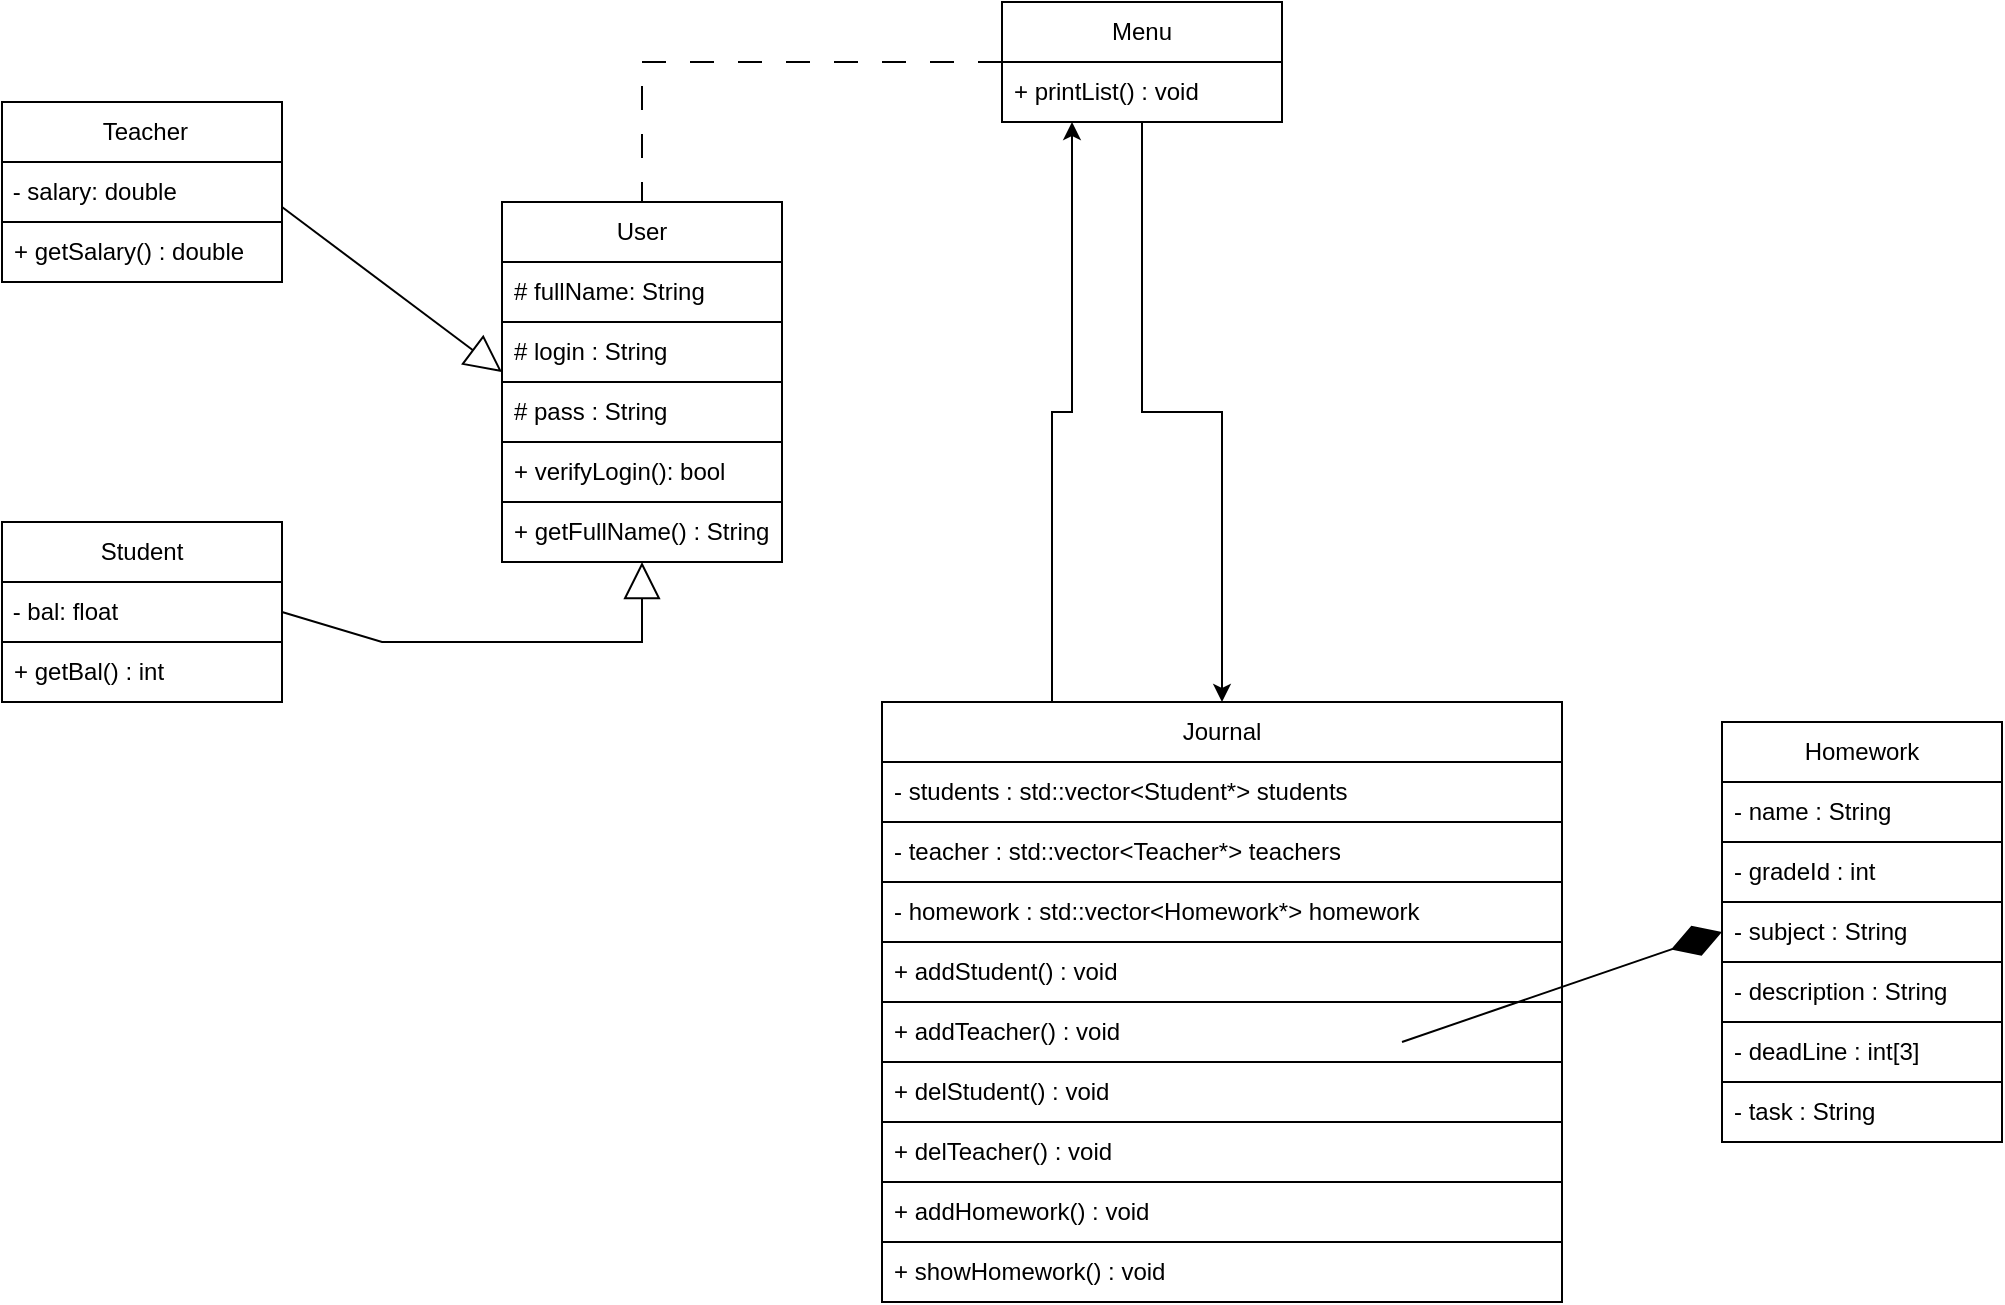
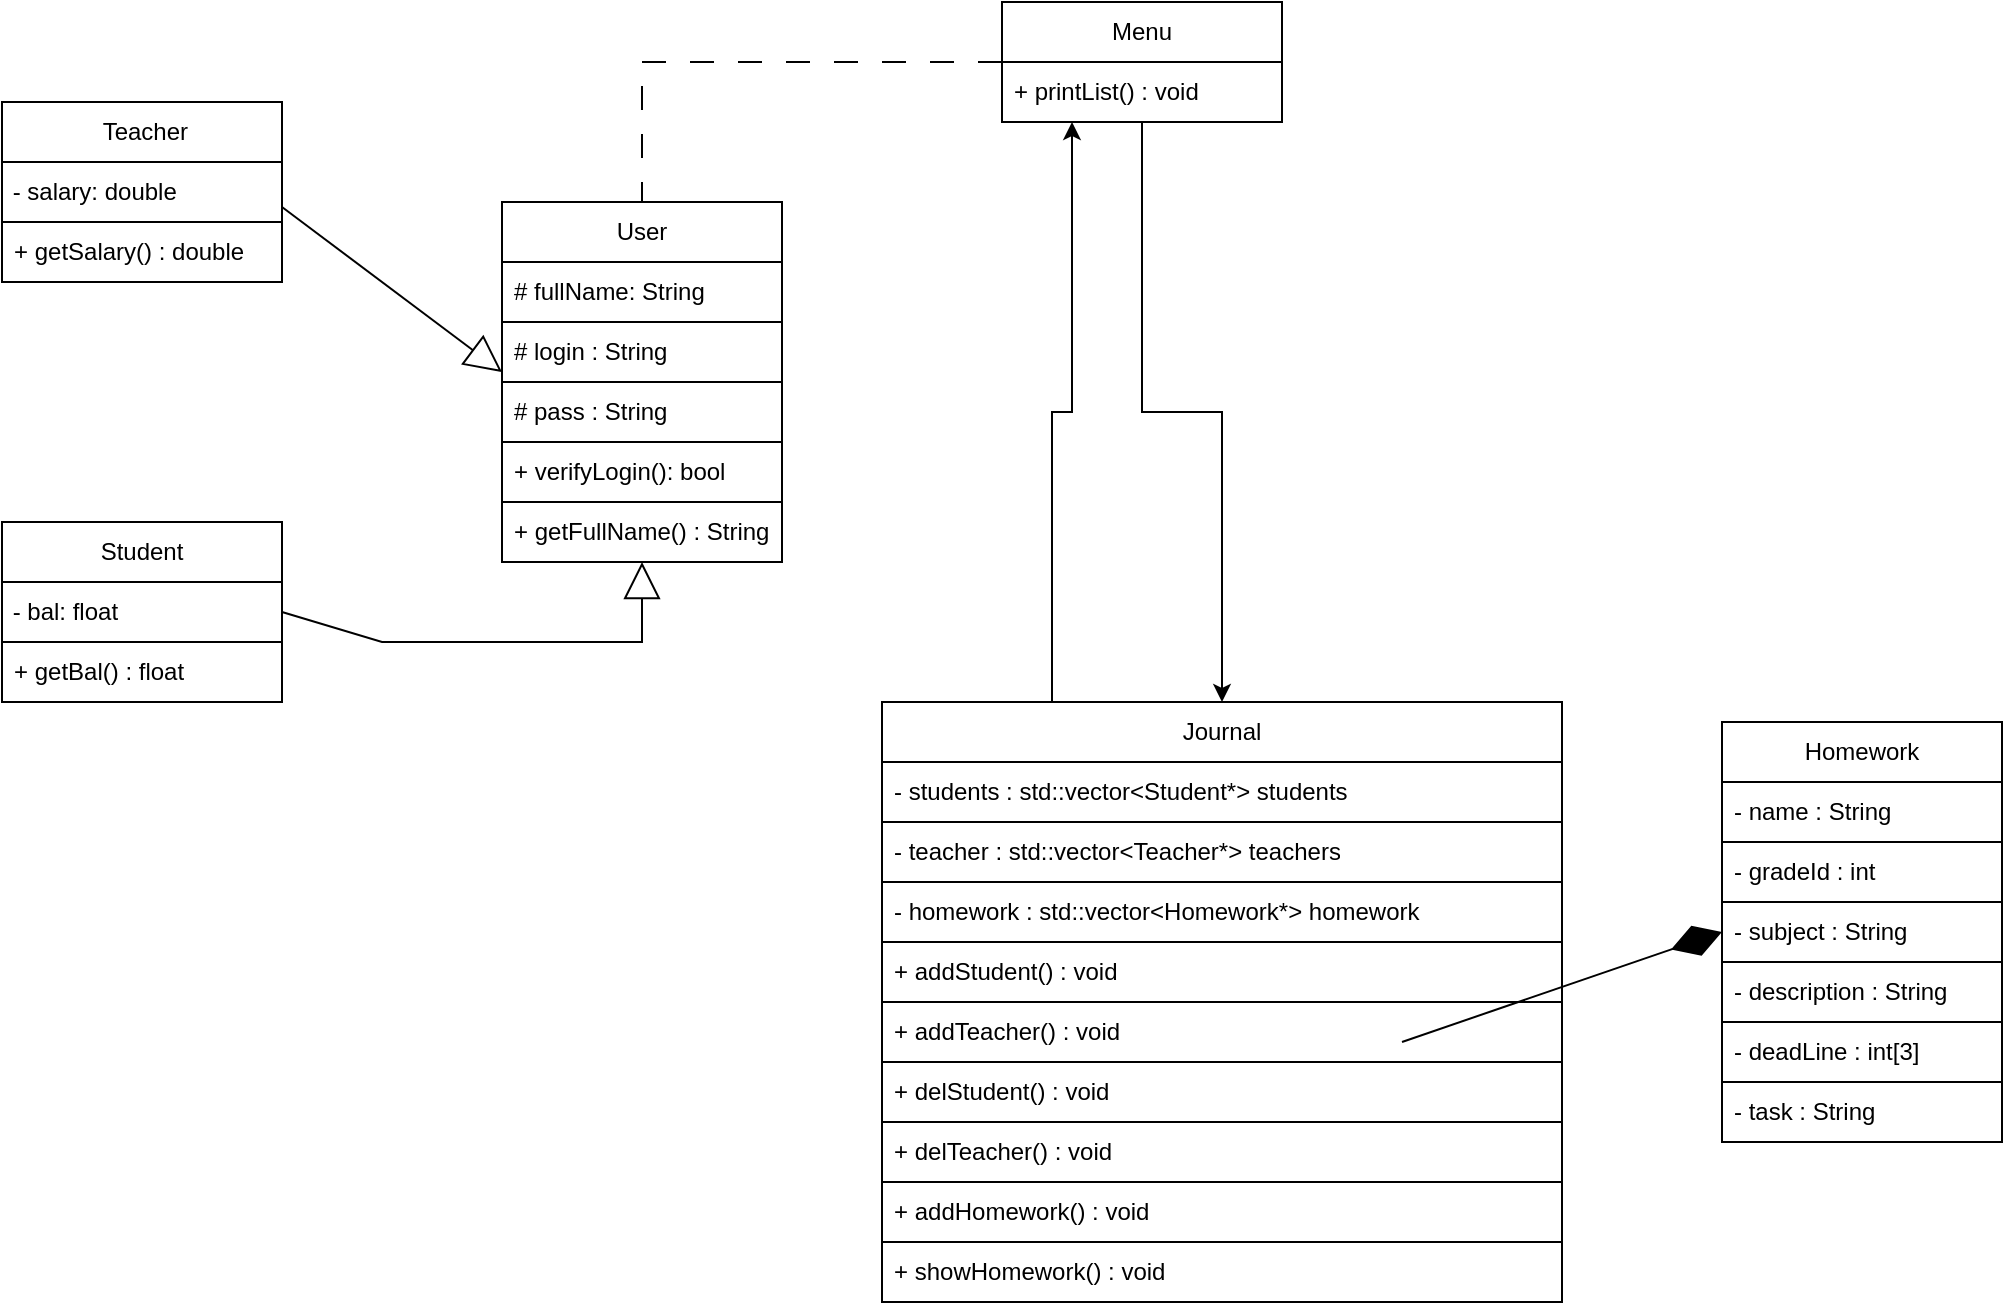
<mxfile host="app.diagrams.net" agent="Mozilla/5.0 (Windows NT 10.0; Win64; x64) AppleWebKit/537.36 (KHTML, like Gecko) Chrome/144.0.0.0 YaBrowser/26.3.0.0 Safari/537.36">
  <diagram name="Страница-1" id="uxawxyVBlgbyIQM6ajeT">
    <mxGraphModel dx="1414" dy="751" grid="1" gridSize="10" guides="1" tooltips="1" connect="1" arrows="1" fold="1" page="1" pageScale="1" pageWidth="700" pageHeight="1000" math="0" shadow="0">
      <root>
        <mxCell id="0" />
        <mxCell id="1" parent="0" />
        <mxCell id="GCuz6E3EBiHqZI_xGS0Z-3" parent="1" style="swimlane;fontStyle=0;childLayout=stackLayout;horizontal=1;startSize=30;horizontalStack=0;resizeParent=1;resizeParentMax=0;resizeLast=0;collapsible=1;marginBottom=0;whiteSpace=wrap;html=1;" value="Student" vertex="1">
          <mxGeometry height="90" width="140" x="20" y="340" as="geometry">
            <mxRectangle height="30" width="90" x="370" y="200" as="alternateBounds" />
          </mxGeometry>
        </mxCell>
        <mxCell id="GCuz6E3EBiHqZI_xGS0Z-7" parent="GCuz6E3EBiHqZI_xGS0Z-3" style="text;html=1;whiteSpace=wrap;strokeColor=default;fillColor=default;align=left;verticalAlign=middle;rounded=0;" value="&lt;span style=&quot;&quot;&gt;&amp;nbsp;- bal: float&lt;/span&gt;" vertex="1">
          <mxGeometry height="30" width="140" y="30" as="geometry" />
        </mxCell>
-         <mxCell id="GCuz6E3EBiHqZI_xGS0Z-4" parent="GCuz6E3EBiHqZI_xGS0Z-3" style="text;strokeColor=default;fillColor=default;align=left;verticalAlign=middle;spacingLeft=4;spacingRight=4;overflow=hidden;points=[[0,0.5],[1,0.5]];portConstraint=eastwest;rotatable=0;whiteSpace=wrap;html=1;" value="+ getBal() : int" vertex="1">
+         <mxCell id="GCuz6E3EBiHqZI_xGS0Z-4" parent="GCuz6E3EBiHqZI_xGS0Z-3" style="text;strokeColor=default;fillColor=default;align=left;verticalAlign=middle;spacingLeft=4;spacingRight=4;overflow=hidden;points=[[0,0.5],[1,0.5]];portConstraint=eastwest;rotatable=0;whiteSpace=wrap;html=1;" value="+ getBal() : float" vertex="1">
          <mxGeometry height="30" width="140" y="60" as="geometry" />
        </mxCell>
        <mxCell id="8Yin8r3933yuqEZvRl84-43" edge="1" parent="1" source="GCuz6E3EBiHqZI_xGS0Z-8" style="edgeStyle=orthogonalEdgeStyle;rounded=0;orthogonalLoop=1;jettySize=auto;html=1;exitX=0.25;exitY=0;exitDx=0;exitDy=0;entryX=0.25;entryY=1;entryDx=0;entryDy=0;" target="GCuz6E3EBiHqZI_xGS0Z-16">
          <mxGeometry relative="1" as="geometry" />
        </mxCell>
        <mxCell id="GCuz6E3EBiHqZI_xGS0Z-8" parent="1" style="swimlane;fontStyle=0;childLayout=stackLayout;horizontal=1;startSize=30;horizontalStack=0;resizeParent=1;resizeParentMax=0;resizeLast=0;collapsible=1;marginBottom=0;whiteSpace=wrap;html=1;" value="Journal" vertex="1">
          <mxGeometry height="300" width="340" x="460" y="430" as="geometry" />
        </mxCell>
        <mxCell id="GCuz6E3EBiHqZI_xGS0Z-9" parent="GCuz6E3EBiHqZI_xGS0Z-8" style="text;align=left;verticalAlign=middle;spacingLeft=4;spacingRight=4;overflow=hidden;points=[[0,0.5],[1,0.5]];portConstraint=eastwest;rotatable=0;whiteSpace=wrap;html=1;fillColor=default;strokeColor=default;" value="- students : std::vector&amp;lt;Student*&amp;gt;&amp;nbsp;students" vertex="1">
          <mxGeometry height="30" width="340" y="30" as="geometry" />
        </mxCell>
        <mxCell id="8Yin8r3933yuqEZvRl84-10" parent="GCuz6E3EBiHqZI_xGS0Z-8" style="text;align=left;verticalAlign=middle;spacingLeft=4;spacingRight=4;overflow=hidden;points=[[0,0.5],[1,0.5]];portConstraint=eastwest;rotatable=0;whiteSpace=wrap;html=1;fillColor=default;strokeColor=default;" value="- teacher&amp;nbsp;: std::vector&amp;lt;Teacher*&amp;gt;&amp;nbsp;teachers" vertex="1">
          <mxGeometry height="30" width="340" y="60" as="geometry" />
        </mxCell>
        <mxCell id="8Yin8r3933yuqEZvRl84-49" parent="GCuz6E3EBiHqZI_xGS0Z-8" style="text;align=left;verticalAlign=middle;spacingLeft=4;spacingRight=4;overflow=hidden;points=[[0,0.5],[1,0.5]];portConstraint=eastwest;rotatable=0;whiteSpace=wrap;html=1;fillColor=default;strokeColor=default;" value="- homework&amp;nbsp;: std::vector&amp;lt;Homework*&amp;gt;&amp;nbsp;homework&amp;nbsp;" vertex="1">
          <mxGeometry height="30" width="340" y="90" as="geometry" />
        </mxCell>
        <mxCell id="GCuz6E3EBiHqZI_xGS0Z-10" parent="GCuz6E3EBiHqZI_xGS0Z-8" style="text;strokeColor=default;fillColor=default;align=left;verticalAlign=middle;spacingLeft=4;spacingRight=4;overflow=hidden;points=[[0,0.5],[1,0.5]];portConstraint=eastwest;rotatable=0;whiteSpace=wrap;html=1;gradientColor=none;rounded=0;glass=0;shadow=0;strokeWidth=1;" value="+ addStudent() : void" vertex="1">
          <mxGeometry height="30" width="340" y="120" as="geometry" />
        </mxCell>
        <mxCell id="GCuz6E3EBiHqZI_xGS0Z-28" parent="GCuz6E3EBiHqZI_xGS0Z-8" style="text;strokeColor=default;fillColor=default;align=left;verticalAlign=middle;spacingLeft=4;spacingRight=4;overflow=hidden;points=[[0,0.5],[1,0.5]];portConstraint=eastwest;rotatable=0;whiteSpace=wrap;html=1;gradientColor=none;rounded=0;glass=0;shadow=0;strokeWidth=1;" value="+ addTeacher() : void" vertex="1">
          <mxGeometry height="30" width="340" y="150" as="geometry" />
        </mxCell>
        <mxCell id="GCuz6E3EBiHqZI_xGS0Z-11" parent="GCuz6E3EBiHqZI_xGS0Z-8" style="text;align=left;verticalAlign=middle;spacingLeft=4;spacingRight=4;overflow=hidden;points=[[0,0.5],[1,0.5]];portConstraint=eastwest;rotatable=0;whiteSpace=wrap;html=1;fillColor=default;strokeColor=default;" value="+ delStudent() : void" vertex="1">
          <mxGeometry height="30" width="340" y="180" as="geometry" />
        </mxCell>
        <mxCell id="GCuz6E3EBiHqZI_xGS0Z-29" parent="GCuz6E3EBiHqZI_xGS0Z-8" style="text;align=left;verticalAlign=middle;spacingLeft=4;spacingRight=4;overflow=hidden;points=[[0,0.5],[1,0.5]];portConstraint=eastwest;rotatable=0;whiteSpace=wrap;html=1;fillColor=default;strokeColor=default;" value="+ delTeacher() : void" vertex="1">
          <mxGeometry height="30" width="340" y="210" as="geometry" />
        </mxCell>
        <mxCell id="8Yin8r3933yuqEZvRl84-33" parent="GCuz6E3EBiHqZI_xGS0Z-8" style="text;strokeColor=default;fillColor=default;align=left;verticalAlign=middle;spacingLeft=4;spacingRight=4;overflow=hidden;points=[[0,0.5],[1,0.5]];portConstraint=eastwest;rotatable=0;whiteSpace=wrap;html=1;" value="+ addHomework() : void" vertex="1">
          <mxGeometry height="30" width="340" y="240" as="geometry" />
        </mxCell>
        <mxCell id="GCuz6E3EBiHqZI_xGS0Z-19" parent="GCuz6E3EBiHqZI_xGS0Z-8" style="text;strokeColor=default;fillColor=default;align=left;verticalAlign=middle;spacingLeft=4;spacingRight=4;overflow=hidden;points=[[0,0.5],[1,0.5]];portConstraint=eastwest;rotatable=0;whiteSpace=wrap;html=1;" value="+ showHomework() : void" vertex="1">
          <mxGeometry height="30" width="340" y="270" as="geometry" />
        </mxCell>
        <mxCell id="8Yin8r3933yuqEZvRl84-32" edge="1" parent="1" source="GCuz6E3EBiHqZI_xGS0Z-16" style="edgeStyle=orthogonalEdgeStyle;rounded=0;orthogonalLoop=1;jettySize=auto;html=1;entryX=0.5;entryY=0;entryDx=0;entryDy=0;" target="GCuz6E3EBiHqZI_xGS0Z-8">
          <mxGeometry relative="1" as="geometry" />
        </mxCell>
        <mxCell id="AdEmohMLdduJ9aqZZ4lc-9" edge="1" parent="1" source="GCuz6E3EBiHqZI_xGS0Z-16" style="edgeStyle=orthogonalEdgeStyle;rounded=0;orthogonalLoop=1;jettySize=auto;html=1;dashed=1;dashPattern=12 12;endArrow=none;endFill=0;" target="GCuz6E3EBiHqZI_xGS0Z-32">
          <mxGeometry relative="1" as="geometry" />
        </mxCell>
        <mxCell id="GCuz6E3EBiHqZI_xGS0Z-16" parent="1" style="swimlane;fontStyle=0;childLayout=stackLayout;horizontal=1;startSize=30;horizontalStack=0;resizeParent=1;resizeParentMax=0;resizeLast=0;collapsible=1;marginBottom=0;whiteSpace=wrap;html=1;" value="Menu" vertex="1">
          <mxGeometry height="60" width="140" x="520" y="80" as="geometry" />
        </mxCell>
        <mxCell id="GCuz6E3EBiHqZI_xGS0Z-17" parent="GCuz6E3EBiHqZI_xGS0Z-16" style="text;strokeColor=default;fillColor=default;align=left;verticalAlign=middle;spacingLeft=4;spacingRight=4;overflow=hidden;points=[[0,0.5],[1,0.5]];portConstraint=eastwest;rotatable=0;whiteSpace=wrap;html=1;" value="+ printList() : void" vertex="1">
          <mxGeometry height="30" width="140" y="30" as="geometry" />
        </mxCell>
        <mxCell id="GCuz6E3EBiHqZI_xGS0Z-21" parent="1" style="swimlane;fontStyle=0;childLayout=stackLayout;horizontal=1;startSize=30;horizontalStack=0;resizeParent=1;resizeParentMax=0;resizeLast=0;collapsible=1;marginBottom=0;whiteSpace=wrap;html=1;" value="&amp;nbsp;Teacher" vertex="1">
          <mxGeometry height="90" width="140" x="20" y="130" as="geometry">
            <mxRectangle height="30" width="90" x="370" y="200" as="alternateBounds" />
          </mxGeometry>
        </mxCell>
        <mxCell id="GCuz6E3EBiHqZI_xGS0Z-23" parent="GCuz6E3EBiHqZI_xGS0Z-21" style="text;html=1;whiteSpace=wrap;strokeColor=default;fillColor=default;align=left;verticalAlign=middle;rounded=0;" value="&lt;span style=&quot;&quot;&gt;&amp;nbsp;- salary: double&lt;/span&gt;" vertex="1">
          <mxGeometry height="30" width="140" y="30" as="geometry" />
        </mxCell>
        <mxCell id="GCuz6E3EBiHqZI_xGS0Z-24" parent="GCuz6E3EBiHqZI_xGS0Z-21" style="text;strokeColor=default;fillColor=default;align=left;verticalAlign=middle;spacingLeft=4;spacingRight=4;overflow=hidden;points=[[0,0.5],[1,0.5]];portConstraint=eastwest;rotatable=0;whiteSpace=wrap;html=1;" value="+ getSalary() : double" vertex="1">
          <mxGeometry height="30" width="140" y="60" as="geometry" />
        </mxCell>
        <mxCell id="GCuz6E3EBiHqZI_xGS0Z-32" parent="1" style="swimlane;fontStyle=0;childLayout=stackLayout;horizontal=1;startSize=30;horizontalStack=0;resizeParent=1;resizeParentMax=0;resizeLast=0;collapsible=1;marginBottom=0;whiteSpace=wrap;html=1;" value="User" vertex="1">
          <mxGeometry height="180" width="140" x="270" y="180" as="geometry" />
        </mxCell>
        <mxCell id="GCuz6E3EBiHqZI_xGS0Z-5" parent="GCuz6E3EBiHqZI_xGS0Z-32" style="text;strokeColor=default;fillColor=default;align=left;verticalAlign=middle;spacingLeft=4;spacingRight=4;overflow=hidden;points=[[0,0.5],[1,0.5]];portConstraint=eastwest;rotatable=0;whiteSpace=wrap;html=1;" value="# fullName: String" vertex="1">
          <mxGeometry height="30" width="140" y="30" as="geometry" />
        </mxCell>
        <mxCell id="GCuz6E3EBiHqZI_xGS0Z-33" parent="GCuz6E3EBiHqZI_xGS0Z-32" style="text;strokeColor=default;fillColor=default;align=left;verticalAlign=middle;spacingLeft=4;spacingRight=4;overflow=hidden;points=[[0,0.5],[1,0.5]];portConstraint=eastwest;rotatable=0;whiteSpace=wrap;html=1;" value="# login : String" vertex="1">
          <mxGeometry height="30" width="140" y="60" as="geometry" />
        </mxCell>
        <mxCell id="GCuz6E3EBiHqZI_xGS0Z-34" parent="GCuz6E3EBiHqZI_xGS0Z-32" style="text;strokeColor=default;fillColor=default;align=left;verticalAlign=middle;spacingLeft=4;spacingRight=4;overflow=hidden;points=[[0,0.5],[1,0.5]];portConstraint=eastwest;rotatable=0;whiteSpace=wrap;html=1;" value="# pass : String" vertex="1">
          <mxGeometry height="30" width="140" y="90" as="geometry" />
        </mxCell>
        <mxCell id="GCuz6E3EBiHqZI_xGS0Z-35" parent="GCuz6E3EBiHqZI_xGS0Z-32" style="text;strokeColor=default;fillColor=default;align=left;verticalAlign=middle;spacingLeft=4;spacingRight=4;overflow=hidden;points=[[0,0.5],[1,0.5]];portConstraint=eastwest;rotatable=0;whiteSpace=wrap;html=1;" value="+ verifyLogin(): bool" vertex="1">
          <mxGeometry height="30" width="140" y="120" as="geometry" />
        </mxCell>
        <mxCell id="GCuz6E3EBiHqZI_xGS0Z-6" parent="GCuz6E3EBiHqZI_xGS0Z-32" style="text;strokeColor=default;fillColor=default;align=left;verticalAlign=middle;spacingLeft=4;spacingRight=4;overflow=hidden;points=[[0,0.5],[1,0.5]];portConstraint=eastwest;rotatable=0;whiteSpace=wrap;html=1;" value="+ getFullName() : String" vertex="1">
          <mxGeometry height="30" width="140" y="150" as="geometry" />
        </mxCell>
        <mxCell id="8Yin8r3933yuqEZvRl84-35" parent="1" style="swimlane;fontStyle=0;childLayout=stackLayout;horizontal=1;startSize=30;horizontalStack=0;resizeParent=1;resizeParentMax=0;resizeLast=0;collapsible=1;marginBottom=0;whiteSpace=wrap;html=1;" value="Homework" vertex="1">
          <mxGeometry height="210" width="140" x="880" y="440" as="geometry" />
        </mxCell>
        <mxCell id="8Yin8r3933yuqEZvRl84-36" parent="8Yin8r3933yuqEZvRl84-35" style="text;strokeColor=default;fillColor=default;align=left;verticalAlign=middle;spacingLeft=4;spacingRight=4;overflow=hidden;points=[[0,0.5],[1,0.5]];portConstraint=eastwest;rotatable=0;whiteSpace=wrap;html=1;" value="- name : String" vertex="1">
          <mxGeometry height="30" width="140" y="30" as="geometry" />
        </mxCell>
        <mxCell id="8Yin8r3933yuqEZvRl84-37" parent="8Yin8r3933yuqEZvRl84-35" style="text;strokeColor=default;fillColor=default;align=left;verticalAlign=middle;spacingLeft=4;spacingRight=4;overflow=hidden;points=[[0,0.5],[1,0.5]];portConstraint=eastwest;rotatable=0;whiteSpace=wrap;html=1;" value="- gradeId : int" vertex="1">
          <mxGeometry height="30" width="140" y="60" as="geometry" />
        </mxCell>
        <mxCell id="8Yin8r3933yuqEZvRl84-40" parent="8Yin8r3933yuqEZvRl84-35" style="text;strokeColor=default;fillColor=default;align=left;verticalAlign=middle;spacingLeft=4;spacingRight=4;overflow=hidden;points=[[0,0.5],[1,0.5]];portConstraint=eastwest;rotatable=0;whiteSpace=wrap;html=1;" value="- subject&amp;nbsp;: String" vertex="1">
          <mxGeometry height="30" width="140" y="90" as="geometry" />
        </mxCell>
        <mxCell id="8Yin8r3933yuqEZvRl84-45" parent="8Yin8r3933yuqEZvRl84-35" style="text;strokeColor=default;fillColor=default;align=left;verticalAlign=middle;spacingLeft=4;spacingRight=4;overflow=hidden;points=[[0,0.5],[1,0.5]];portConstraint=eastwest;rotatable=0;whiteSpace=wrap;html=1;" value="- description : String" vertex="1">
          <mxGeometry height="30" width="140" y="120" as="geometry" />
        </mxCell>
        <mxCell id="8Yin8r3933yuqEZvRl84-48" parent="8Yin8r3933yuqEZvRl84-35" style="text;strokeColor=default;fillColor=default;align=left;verticalAlign=middle;spacingLeft=4;spacingRight=4;overflow=hidden;points=[[0,0.5],[1,0.5]];portConstraint=eastwest;rotatable=0;whiteSpace=wrap;html=1;" value="- deadLine : int[3]" vertex="1">
          <mxGeometry height="30" width="140" y="150" as="geometry" />
        </mxCell>
        <mxCell id="8Yin8r3933yuqEZvRl84-47" parent="8Yin8r3933yuqEZvRl84-35" style="text;strokeColor=default;fillColor=default;align=left;verticalAlign=middle;spacingLeft=4;spacingRight=4;overflow=hidden;points=[[0,0.5],[1,0.5]];portConstraint=eastwest;rotatable=0;whiteSpace=wrap;html=1;" value="- task&amp;nbsp;: String" vertex="1">
          <mxGeometry height="30" width="140" y="180" as="geometry" />
        </mxCell>
        <mxCell id="AdEmohMLdduJ9aqZZ4lc-6" edge="1" parent="1" style="endArrow=diamondThin;endFill=1;endSize=24;html=1;rounded=0;entryX=0;entryY=0.5;entryDx=0;entryDy=0;" target="8Yin8r3933yuqEZvRl84-40" value="">
          <mxGeometry relative="1" width="160" as="geometry">
            <mxPoint x="720" y="600" as="sourcePoint" />
            <mxPoint x="880" y="600" as="targetPoint" />
          </mxGeometry>
        </mxCell>
        <mxCell id="AdEmohMLdduJ9aqZZ4lc-13" edge="1" parent="1" source="GCuz6E3EBiHqZI_xGS0Z-3" style="endArrow=block;endSize=16;endFill=0;html=1;rounded=0;exitX=1;exitY=0.5;exitDx=0;exitDy=0;entryX=0.5;entryY=1;entryDx=0;entryDy=0;" target="GCuz6E3EBiHqZI_xGS0Z-32" value="">
          <mxGeometry relative="1" width="160" as="geometry">
            <mxPoint as="offset" />
            <Array as="points">
              <mxPoint x="210" y="400" />
              <mxPoint x="340" y="400" />
            </Array>
            <mxPoint x="180" y="400" as="sourcePoint" />
            <mxPoint x="340" y="400" as="targetPoint" />
          </mxGeometry>
        </mxCell>
        <mxCell id="AdEmohMLdduJ9aqZZ4lc-14" edge="1" parent="1" source="GCuz6E3EBiHqZI_xGS0Z-23" style="endArrow=block;endSize=16;endFill=0;html=1;rounded=0;exitX=1;exitY=0.75;exitDx=0;exitDy=0;entryX=0.5;entryY=0;entryDx=0;entryDy=0;" value="">
          <mxGeometry relative="1" width="160" as="geometry">
            <mxPoint x="90" y="275" as="sourcePoint" />
            <mxPoint x="270" y="265" as="targetPoint" />
          </mxGeometry>
        </mxCell>
      </root>
    </mxGraphModel>
  </diagram>
</mxfile>
